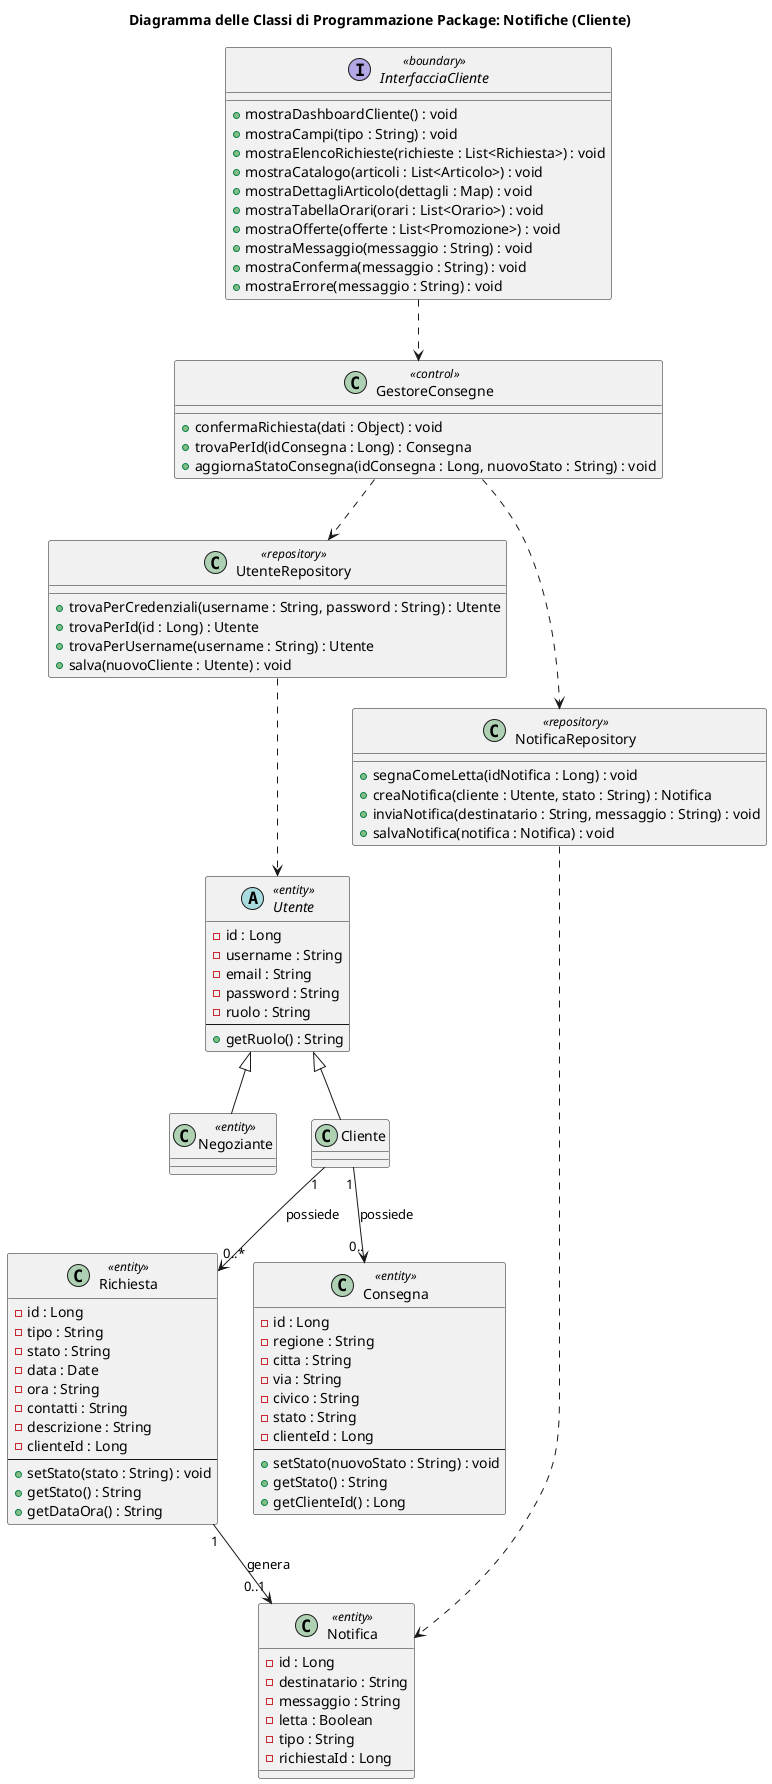
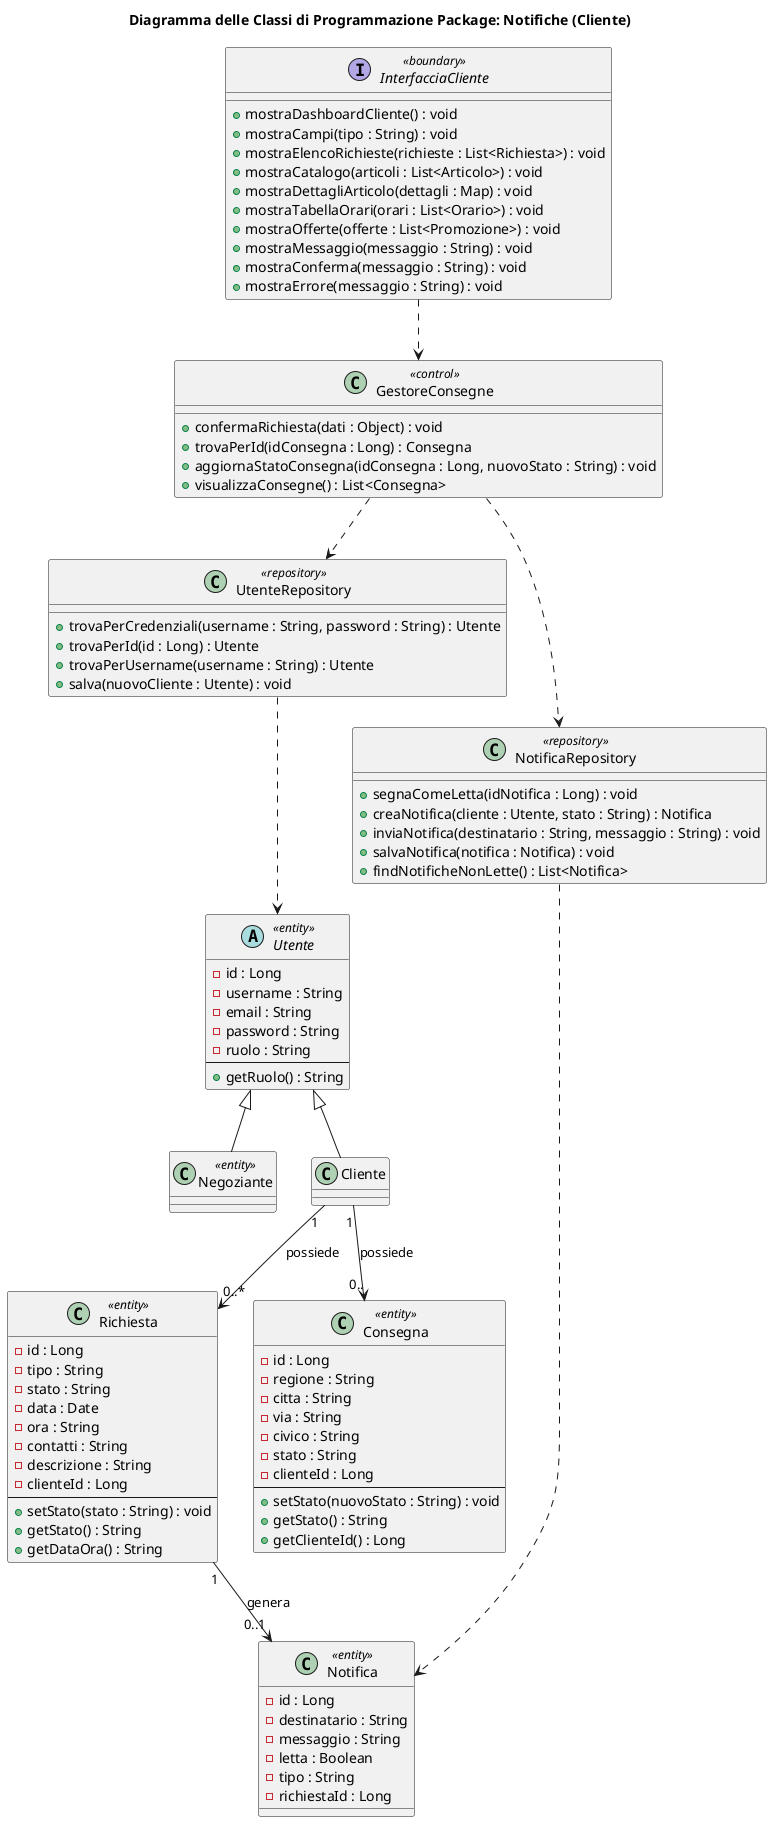
@startuml

abstract Utente <<entity>>
class Negoziante <<entity>>
class Richiesta <<entity>>
class Consegna <<entity>>
class Notifica <<entity>>

title Diagramma delle Classi di Programmazione Package: Notifiche (Cliente)

interface "InterfacciaCliente" <<boundary>> {
    ' Dashboard
    + mostraDashboardCliente() : void
    ' Gestione richieste
    + mostraCampi(tipo : String) : void
    + mostraElencoRichieste(richieste : List<Richiesta>) : void
    ' Visualizzazione
    + mostraCatalogo(articoli : List<Articolo>) : void
    + mostraDettagliArticolo(dettagli : Map) : void
    + mostraTabellaOrari(orari : List<Orario>) : void
    + mostraOfferte(offerte : List<Promozione>) : void
    + mostraMessaggio(messaggio : String) : void
    + mostraConferma(messaggio : String) : void
    + mostraErrore(messaggio : String) : void
}
class GestoreConsegne <<control>> {
    + confermaRichiesta(dati : Object) : void
    + trovaPerId(idConsegna : Long) : Consegna
    + aggiornaStatoConsegna(idConsegna : Long, nuovoStato : String) : void
+     + visualizzaConsegne() : List<Consegna>
}
class UtenteRepository <<repository>> {
    ' Gestione generica utenti
    + trovaPerCredenziali(username : String, password : String) : Utente
    + trovaPerId(id : Long) : Utente
    + trovaPerUsername(username : String) : Utente
    + salva(nuovoCliente : Utente) : void
}
class NotificaRepository <<repository>> {
    + segnaComeLetta(idNotifica : Long) : void
    + creaNotifica(cliente : Utente, stato : String) : Notifica
    + inviaNotifica(destinatario : String, messaggio : String) : void
    + salvaNotifica(notifica : Notifica) : void
+     + findNotificheNonLette() : List<Notifica>
}

abstract Utente {
    - id : Long
    - username : String
    - email : String
    - password : String
    - ruolo : String
    --
    + getRuolo() : String
}

class Cliente {
}

class Negoziante {
}
class Notifica {
    - id : Long
    - destinatario : String
    - messaggio : String
    - letta : Boolean
    - tipo : String
    - richiestaId : Long
}
class Richiesta {
    - id : Long
    - tipo : String
    - stato : String
    - data : Date
    - ora : String
    - contatti : String
    - descrizione : String
    - clienteId : Long
    --
    + setStato(stato : String) : void
    + getStato() : String
    + getDataOra() : String
}

class Consegna {
    - id : Long
    - regione : String
    - citta : String
    - via : String
    - civico : String
    - stato : String
    - clienteId : Long
    --
    + setStato(nuovoStato : String) : void
    + getStato() : String
    + getClienteId() : Long
}

InterfacciaCliente ..> GestoreConsegne
GestoreConsegne ..> NotificaRepository
NotificaRepository ..> Notifica

GestoreConsegne ..> UtenteRepository
UtenteRepository ..>Utente
Utente <|-- Cliente
Utente <|-- Negoziante
Cliente "1" --> "0.." Consegna :possiede
Cliente "1" --> "0..*" Richiesta :possiede
Richiesta "1" --> "0..1" Notifica :genera

@enduml
